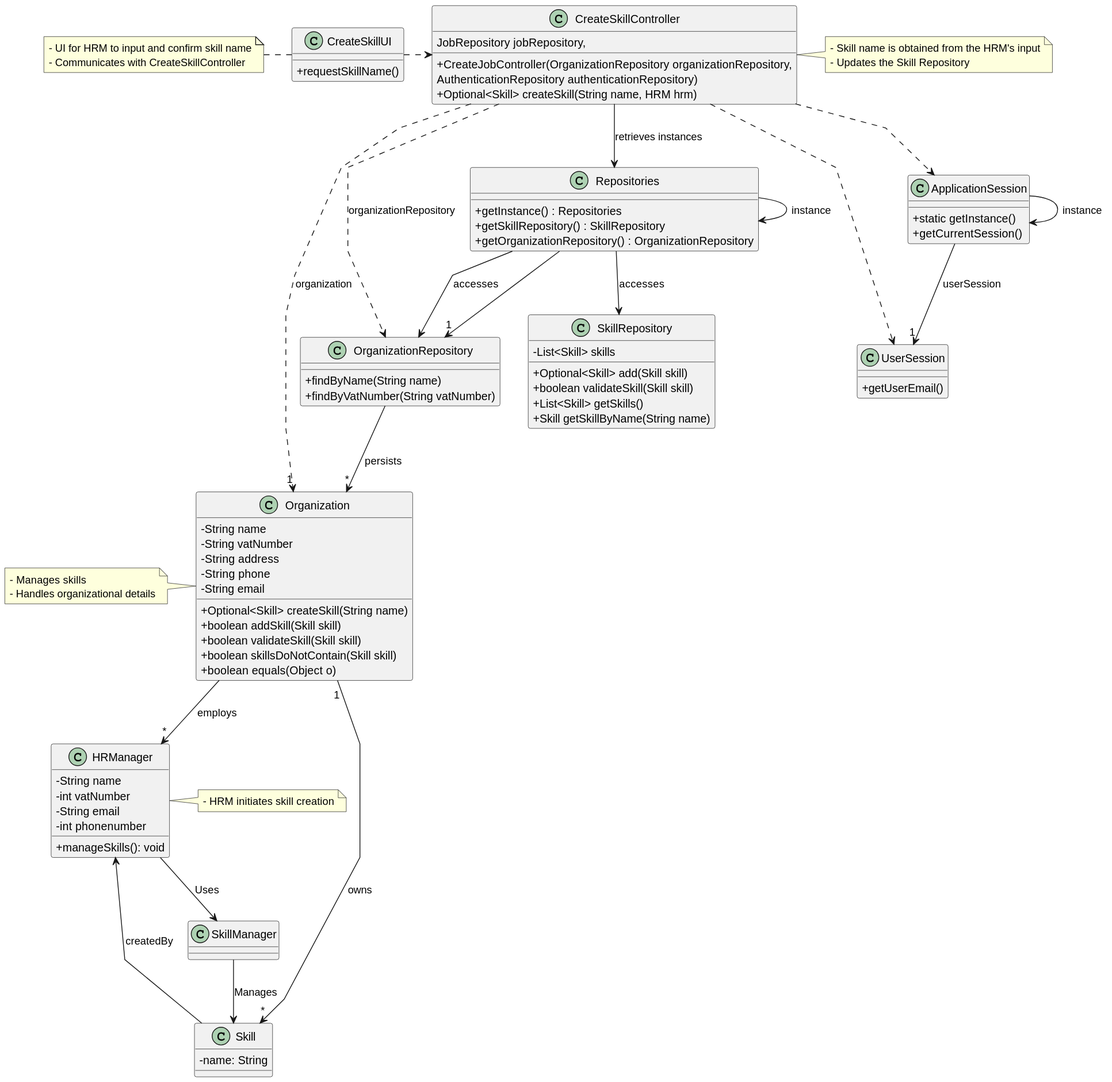
Above: docs/sprint2/us001/03.design/svg/us001-class-diagram.svg in tiagosoa/lei-24-s2-1dgh-g073 (PlantUML), before the change.
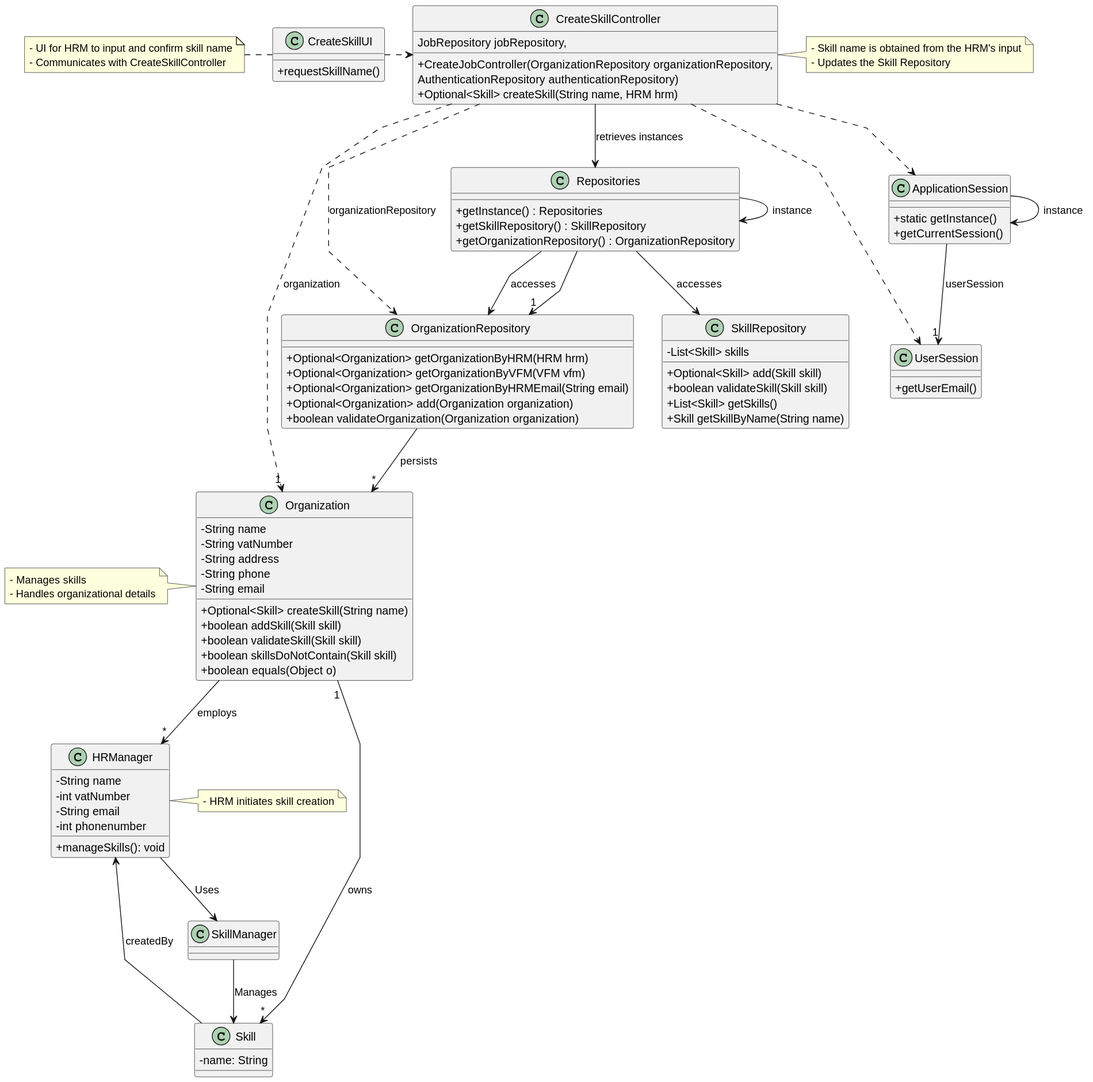
The same file after the commit.

The edit, as a diff of the source:
```diff
@@ -43,8 +43,11 @@
 }
 
 class OrganizationRepository {
-  + findByName(String name)
-  + findByVatNumber(String vatNumber)
+  + Optional<Organization> getOrganizationByHRM(HRM hrm)
+  + Optional<Organization> getOrganizationByVFM(VFM vfm)
+  + Optional<Organization> getOrganizationByHRMEmail(String email)
+  + Optional<Organization> add(Organization organization)
+  + boolean validateOrganization(Organization organization)
 }
 
 class Repositories {
```
